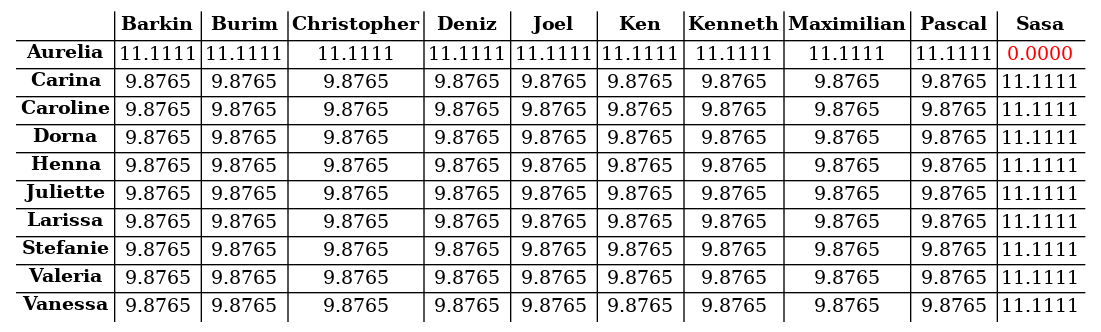
The Graphviz diagram s04/s04_tab.png in atticus-sullivan/sim-ayto, before a commit. Its source is kept beside it as s04/s04_tab.dot. Its diagram source:
```dot
digraph structs { node[shape=plaintext] struct[label=<
<table cellspacing="2" border="0" rows="*" columns="*">
<tr><td></td><td><B>Barkin</B></td><td><B>Burim</B></td><td><B>Christopher</B></td><td><B>Deniz</B></td><td><B>Joel</B></td><td><B>Ken</B></td><td><B>Kenneth</B></td><td><B>Maximilian</B></td><td><B>Pascal</B></td><td><B>Sasa</B></td></tr>
<tr><td><B>Aurelia</B></td><td><font color="black">11.1111</font></td><td><font color="black">11.1111</font></td><td><font color="black">11.1111</font></td><td><font color="black">11.1111</font></td><td><font color="black">11.1111</font></td><td><font color="black">11.1111</font></td><td><font color="black">11.1111</font></td><td><font color="black">11.1111</font></td><td><font color="black">11.1111</font></td><td><font color="red">0.0000</font></td></tr>
<tr><td><B>Carina</B></td><td><font color="black">9.8765</font></td><td><font color="black">9.8765</font></td><td><font color="black">9.8765</font></td><td><font color="black">9.8765</font></td><td><font color="black">9.8765</font></td><td><font color="black">9.8765</font></td><td><font color="black">9.8765</font></td><td><font color="black">9.8765</font></td><td><font color="black">9.8765</font></td><td><font color="black">11.1111</font></td></tr>
<tr><td><B>Caroline</B></td><td><font color="black">9.8765</font></td><td><font color="black">9.8765</font></td><td><font color="black">9.8765</font></td><td><font color="black">9.8765</font></td><td><font color="black">9.8765</font></td><td><font color="black">9.8765</font></td><td><font color="black">9.8765</font></td><td><font color="black">9.8765</font></td><td><font color="black">9.8765</font></td><td><font color="black">11.1111</font></td></tr>
<tr><td><B>Dorna</B></td><td><font color="black">9.8765</font></td><td><font color="black">9.8765</font></td><td><font color="black">9.8765</font></td><td><font color="black">9.8765</font></td><td><font color="black">9.8765</font></td><td><font color="black">9.8765</font></td><td><font color="black">9.8765</font></td><td><font color="black">9.8765</font></td><td><font color="black">9.8765</font></td><td><font color="black">11.1111</font></td></tr>
<tr><td><B>Henna</B></td><td><font color="black">9.8765</font></td><td><font color="black">9.8765</font></td><td><font color="black">9.8765</font></td><td><font color="black">9.8765</font></td><td><font color="black">9.8765</font></td><td><font color="black">9.8765</font></td><td><font color="black">9.8765</font></td><td><font color="black">9.8765</font></td><td><font color="black">9.8765</font></td><td><font color="black">11.1111</font></td></tr>
<tr><td><B>Juliette</B></td><td><font color="black">9.8765</font></td><td><font color="black">9.8765</font></td><td><font color="black">9.8765</font></td><td><font color="black">9.8765</font></td><td><font color="black">9.8765</font></td><td><font color="black">9.8765</font></td><td><font color="black">9.8765</font></td><td><font color="black">9.8765</font></td><td><font color="black">9.8765</font></td><td><font color="black">11.1111</font></td></tr>
<tr><td><B>Larissa</B></td><td><font color="black">9.8765</font></td><td><font color="black">9.8765</font></td><td><font color="black">9.8765</font></td><td><font color="black">9.8765</font></td><td><font color="black">9.8765</font></td><td><font color="black">9.8765</font></td><td><font color="black">9.8765</font></td><td><font color="black">9.8765</font></td><td><font color="black">9.8765</font></td><td><font color="black">11.1111</font></td></tr>
<tr><td><B>Stefanie</B></td><td><font color="black">9.8765</font></td><td><font color="black">9.8765</font></td><td><font color="black">9.8765</font></td><td><font color="black">9.8765</font></td><td><font color="black">9.8765</font></td><td><font color="black">9.8765</font></td><td><font color="black">9.8765</font></td><td><font color="black">9.8765</font></td><td><font color="black">9.8765</font></td><td><font color="black">11.1111</font></td></tr>
<tr><td><B>Valeria</B></td><td><font color="black">9.8765</font></td><td><font color="black">9.8765</font></td><td><font color="black">9.8765</font></td><td><font color="black">9.8765</font></td><td><font color="black">9.8765</font></td><td><font color="black">9.8765</font></td><td><font color="black">9.8765</font></td><td><font color="black">9.8765</font></td><td><font color="black">9.8765</font></td><td><font color="black">11.1111</font></td></tr>
<tr><td><B>Vanessa</B></td><td><font color="black">9.8765</font></td><td><font color="black">9.8765</font></td><td><font color="black">9.8765</font></td><td><font color="black">9.8765</font></td><td><font color="black">9.8765</font></td><td><font color="black">9.8765</font></td><td><font color="black">9.8765</font></td><td><font color="black">9.8765</font></td><td><font color="black">9.8765</font></td><td><font color="black">11.1111</font></td></tr>
</table>>];}
```
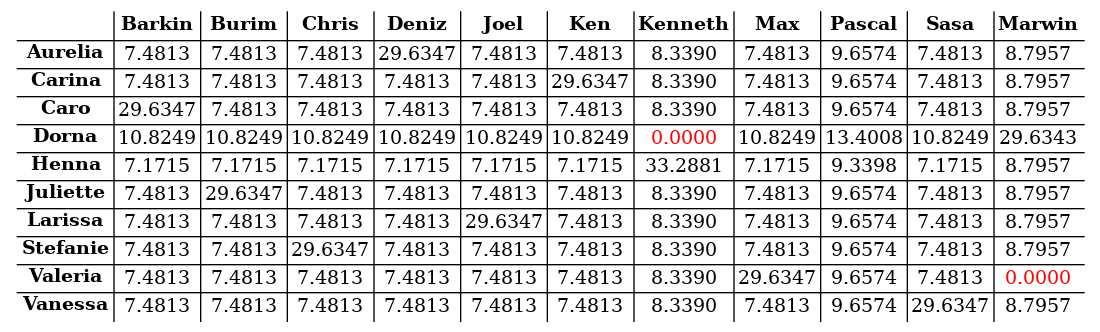
After the commit.

The edit, as a diff of the source:
```diff
@@ -1,14 +1,14 @@
 digraph structs { node[shape=plaintext] struct[label=<
 <table cellspacing="2" border="0" rows="*" columns="*">
-<tr><td></td><td><B>Barkin</B></td><td><B>Burim</B></td><td><B>Christopher</B></td><td><B>Deniz</B></td><td><B>Joel</B></td><td><B>Ken</B></td><td><B>Kenneth</B></td><td><B>Maximilian</B></td><td><B>Pascal</B></td><td><B>Sasa</B></td></tr>
-<tr><td><B>Aurelia</B></td><td><font color="black">11.1111</font></td><td><font color="black">11.1111</font></td><td><font color="black">11.1111</font></td><td><font color="black">11.1111</font></td><td><font color="black">11.1111</font></td><td><font color="black">11.1111</font></td><td><font color="black">11.1111</font></td><td><font color="black">11.1111</font></td><td><font color="black">11.1111</font></td><td><font color="red">0.0000</font></td></tr>
-<tr><td><B>Carina</B></td><td><font color="black">9.8765</font></td><td><font color="black">9.8765</font></td><td><font color="black">9.8765</font></td><td><font color="black">9.8765</font></td><td><font color="black">9.8765</font></td><td><font color="black">9.8765</font></td><td><font color="black">9.8765</font></td><td><font color="black">9.8765</font></td><td><font color="black">9.8765</font></td><td><font color="black">11.1111</font></td></tr>
-<tr><td><B>Caroline</B></td><td><font color="black">9.8765</font></td><td><font color="black">9.8765</font></td><td><font color="black">9.8765</font></td><td><font color="black">9.8765</font></td><td><font color="black">9.8765</font></td><td><font color="black">9.8765</font></td><td><font color="black">9.8765</font></td><td><font color="black">9.8765</font></td><td><font color="black">9.8765</font></td><td><font color="black">11.1111</font></td></tr>
-<tr><td><B>Dorna</B></td><td><font color="black">9.8765</font></td><td><font color="black">9.8765</font></td><td><font color="black">9.8765</font></td><td><font color="black">9.8765</font></td><td><font color="black">9.8765</font></td><td><font color="black">9.8765</font></td><td><font color="black">9.8765</font></td><td><font color="black">9.8765</font></td><td><font color="black">9.8765</font></td><td><font color="black">11.1111</font></td></tr>
-<tr><td><B>Henna</B></td><td><font color="black">9.8765</font></td><td><font color="black">9.8765</font></td><td><font color="black">9.8765</font></td><td><font color="black">9.8765</font></td><td><font color="black">9.8765</font></td><td><font color="black">9.8765</font></td><td><font color="black">9.8765</font></td><td><font color="black">9.8765</font></td><td><font color="black">9.8765</font></td><td><font color="black">11.1111</font></td></tr>
-<tr><td><B>Juliette</B></td><td><font color="black">9.8765</font></td><td><font color="black">9.8765</font></td><td><font color="black">9.8765</font></td><td><font color="black">9.8765</font></td><td><font color="black">9.8765</font></td><td><font color="black">9.8765</font></td><td><font color="black">9.8765</font></td><td><font color="black">9.8765</font></td><td><font color="black">9.8765</font></td><td><font color="black">11.1111</font></td></tr>
-<tr><td><B>Larissa</B></td><td><font color="black">9.8765</font></td><td><font color="black">9.8765</font></td><td><font color="black">9.8765</font></td><td><font color="black">9.8765</font></td><td><font color="black">9.8765</font></td><td><font color="black">9.8765</font></td><td><font color="black">9.8765</font></td><td><font color="black">9.8765</font></td><td><font color="black">9.8765</font></td><td><font color="black">11.1111</font></td></tr>
-<tr><td><B>Stefanie</B></td><td><font color="black">9.8765</font></td><td><font color="black">9.8765</font></td><td><font color="black">9.8765</font></td><td><font color="black">9.8765</font></td><td><font color="black">9.8765</font></td><td><font color="black">9.8765</font></td><td><font color="black">9.8765</font></td><td><font color="black">9.8765</font></td><td><font color="black">9.8765</font></td><td><font color="black">11.1111</font></td></tr>
-<tr><td><B>Valeria</B></td><td><font color="black">9.8765</font></td><td><font color="black">9.8765</font></td><td><font color="black">9.8765</font></td><td><font color="black">9.8765</font></td><td><font color="black">9.8765</font></td><td><font color="black">9.8765</font></td><td><font color="black">9.8765</font></td><td><font color="black">9.8765</font></td><td><font color="black">9.8765</font></td><td><font color="black">11.1111</font></td></tr>
-<tr><td><B>Vanessa</B></td><td><font color="black">9.8765</font></td><td><font color="black">9.8765</font></td><td><font color="black">9.8765</font></td><td><font color="black">9.8765</font></td><td><font color="black">9.8765</font></td><td><font color="black">9.8765</font></td><td><font color="black">9.8765</font></td><td><font color="black">9.8765</font></td><td><font color="black">9.8765</font></td><td><font color="black">11.1111</font></td></tr>
+<tr><td></td><td><B>Barkin</B></td><td><B>Burim</B></td><td><B>Chris</B></td><td><B>Deniz</B></td><td><B>Joel</B></td><td><B>Ken</B></td><td><B>Kenneth</B></td><td><B>Max</B></td><td><B>Pascal</B></td><td><B>Sasa</B></td><td><B>Marwin</B></td></tr>
+<tr><td><B>Aurelia</B></td><td><font color="black">7.4813</font></td><td><font color="black">7.4813</font></td><td><font color="black">7.4813</font></td><td><font color="black">29.6347</font></td><td><font color="black">7.4813</font></td><td><font color="black">7.4813</font></td><td><font color="black">8.3390</font></td><td><font color="black">7.4813</font></td><td><font color="black">9.6574</font></td><td><font color="black">7.4813</font></td><td><font color="black">8.7957</font></td></tr>
+<tr><td><B>Carina</B></td><td><font color="black">7.4813</font></td><td><font color="black">7.4813</font></td><td><font color="black">7.4813</font></td><td><font color="black">7.4813</font></td><td><font color="black">7.4813</font></td><td><font color="black">29.6347</font></td><td><font color="black">8.3390</font></td><td><font color="black">7.4813</font></td><td><font color="black">9.6574</font></td><td><font color="black">7.4813</font></td><td><font color="black">8.7957</font></td></tr>
+<tr><td><B>Caro</B></td><td><font color="black">29.6347</font></td><td><font color="black">7.4813</font></td><td><font color="black">7.4813</font></td><td><font color="black">7.4813</font></td><td><font color="black">7.4813</font></td><td><font color="black">7.4813</font></td><td><font color="black">8.3390</font></td><td><font color="black">7.4813</font></td><td><font color="black">9.6574</font></td><td><font color="black">7.4813</font></td><td><font color="black">8.7957</font></td></tr>
+<tr><td><B>Dorna</B></td><td><font color="black">10.8249</font></td><td><font color="black">10.8249</font></td><td><font color="black">10.8249</font></td><td><font color="black">10.8249</font></td><td><font color="black">10.8249</font></td><td><font color="black">10.8249</font></td><td><font color="red">0.0000</font></td><td><font color="black">10.8249</font></td><td><font color="black">13.4008</font></td><td><font color="black">10.8249</font></td><td><font color="black">29.6343</font></td></tr>
+<tr><td><B>Henna</B></td><td><font color="black">7.1715</font></td><td><font color="black">7.1715</font></td><td><font color="black">7.1715</font></td><td><font color="black">7.1715</font></td><td><font color="black">7.1715</font></td><td><font color="black">7.1715</font></td><td><font color="black">33.2881</font></td><td><font color="black">7.1715</font></td><td><font color="black">9.3398</font></td><td><font color="black">7.1715</font></td><td><font color="black">8.7957</font></td></tr>
+<tr><td><B>Juliette</B></td><td><font color="black">7.4813</font></td><td><font color="black">29.6347</font></td><td><font color="black">7.4813</font></td><td><font color="black">7.4813</font></td><td><font color="black">7.4813</font></td><td><font color="black">7.4813</font></td><td><font color="black">8.3390</font></td><td><font color="black">7.4813</font></td><td><font color="black">9.6574</font></td><td><font color="black">7.4813</font></td><td><font color="black">8.7957</font></td></tr>
+<tr><td><B>Larissa</B></td><td><font color="black">7.4813</font></td><td><font color="black">7.4813</font></td><td><font color="black">7.4813</font></td><td><font color="black">7.4813</font></td><td><font color="black">29.6347</font></td><td><font color="black">7.4813</font></td><td><font color="black">8.3390</font></td><td><font color="black">7.4813</font></td><td><font color="black">9.6574</font></td><td><font color="black">7.4813</font></td><td><font color="black">8.7957</font></td></tr>
+<tr><td><B>Stefanie</B></td><td><font color="black">7.4813</font></td><td><font color="black">7.4813</font></td><td><font color="black">29.6347</font></td><td><font color="black">7.4813</font></td><td><font color="black">7.4813</font></td><td><font color="black">7.4813</font></td><td><font color="black">8.3390</font></td><td><font color="black">7.4813</font></td><td><font color="black">9.6574</font></td><td><font color="black">7.4813</font></td><td><font color="black">8.7957</font></td></tr>
+<tr><td><B>Valeria</B></td><td><font color="black">7.4813</font></td><td><font color="black">7.4813</font></td><td><font color="black">7.4813</font></td><td><font color="black">7.4813</font></td><td><font color="black">7.4813</font></td><td><font color="black">7.4813</font></td><td><font color="black">8.3390</font></td><td><font color="black">29.6347</font></td><td><font color="black">9.6574</font></td><td><font color="black">7.4813</font></td><td><font color="red">0.0000</font></td></tr>
+<tr><td><B>Vanessa</B></td><td><font color="black">7.4813</font></td><td><font color="black">7.4813</font></td><td><font color="black">7.4813</font></td><td><font color="black">7.4813</font></td><td><font color="black">7.4813</font></td><td><font color="black">7.4813</font></td><td><font color="black">8.3390</font></td><td><font color="black">7.4813</font></td><td><font color="black">9.6574</font></td><td><font color="black">29.6347</font></td><td><font color="black">8.7957</font></td></tr>
 </table>>];}
```
